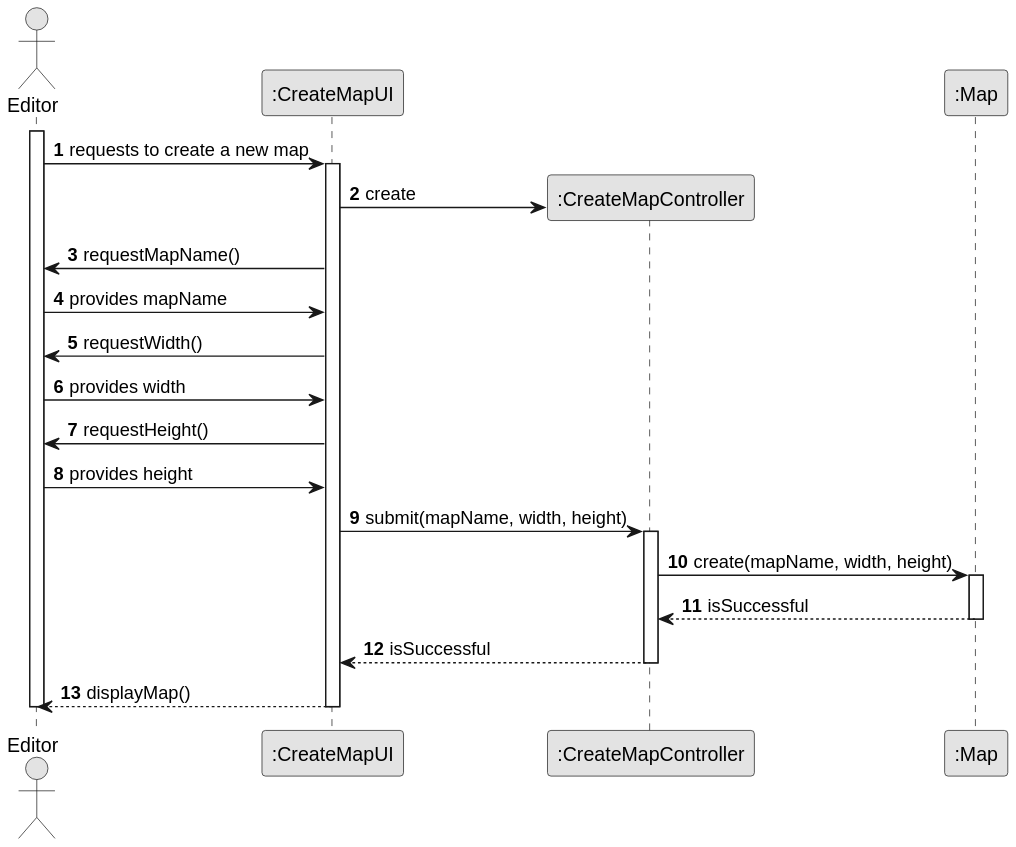
The PlantUML diagram docs/sprint2/us001/03.design/svg/us001-sd-split.svg in ivasduarte/all-aboard, before a commit.
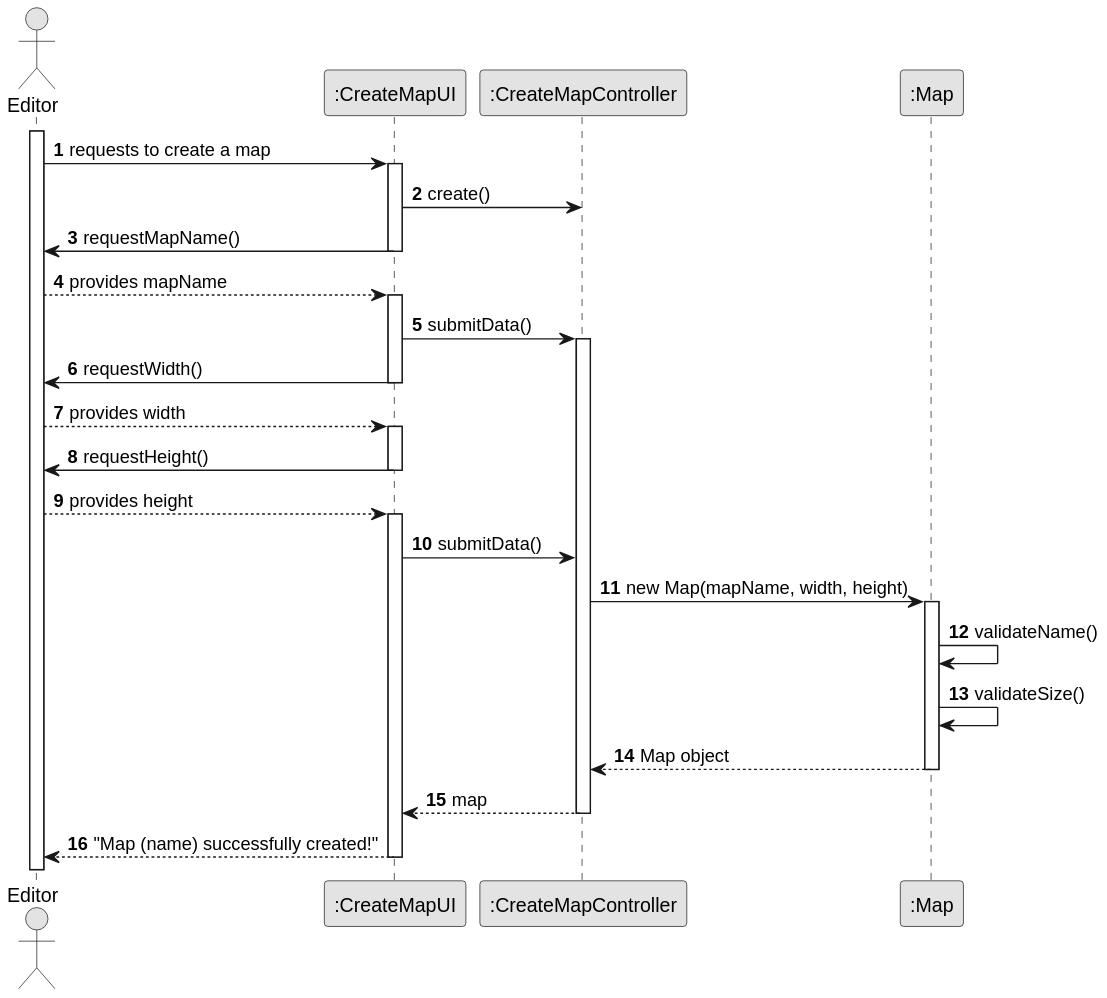
Later version of the same file.

What changed in the source:
```diff
@@ -5,32 +5,53 @@
 
 autonumber
 
-actor "Editor" as Editor
+actor Editor
+
 participant ":CreateMapUI" as UI
 participant ":CreateMapController" as ctrl
 participant ":Map" as Map
 
 activate Editor
+Editor -> UI : requests to create a map
 
-Editor -> UI : requests to create a new map
 activate UI
-UI -> ctrl** : create
+UI -> ctrl : create()
+
+
 UI -> Editor : requestMapName()
-Editor -> UI : provides mapName
-UI -> Editor : requestWidth()
-Editor -> UI : provides width
-UI -> Editor : requestHeight()
-Editor -> UI : provides height
-UI -> ctrl : submit(mapName, width, height)
+deactivate UI
+
+Editor --> UI : provides mapName
+activate UI
+
+UI -> ctrl : submitData()
 activate ctrl
 
-ctrl -> Map : create(mapName, width, height)
+
+UI -> Editor : requestWidth()
+deactivate UI
+
+Editor --> UI : provides width
+activate UI
+
+UI -> Editor : requestHeight()
+deactivate UI
+
+Editor --> UI : provides height
+activate UI
+
+UI -> ctrl : submitData()
+ctrl -> Map : new Map(mapName, width, height)
 activate Map
-Map --> ctrl : isSuccessful
+
+Map -> Map : validateName()
+Map -> Map : validateSize()
+Map --> ctrl : Map object
 deactivate Map
-ctrl --> UI : isSuccessful
+
+ctrl --> UI : map
 deactivate ctrl
-UI --> Editor : displayMap()
+
+UI --> Editor : "Map (name) successfully created!"
 deactivate UI
-deactivate Editor
 @enduml
```
